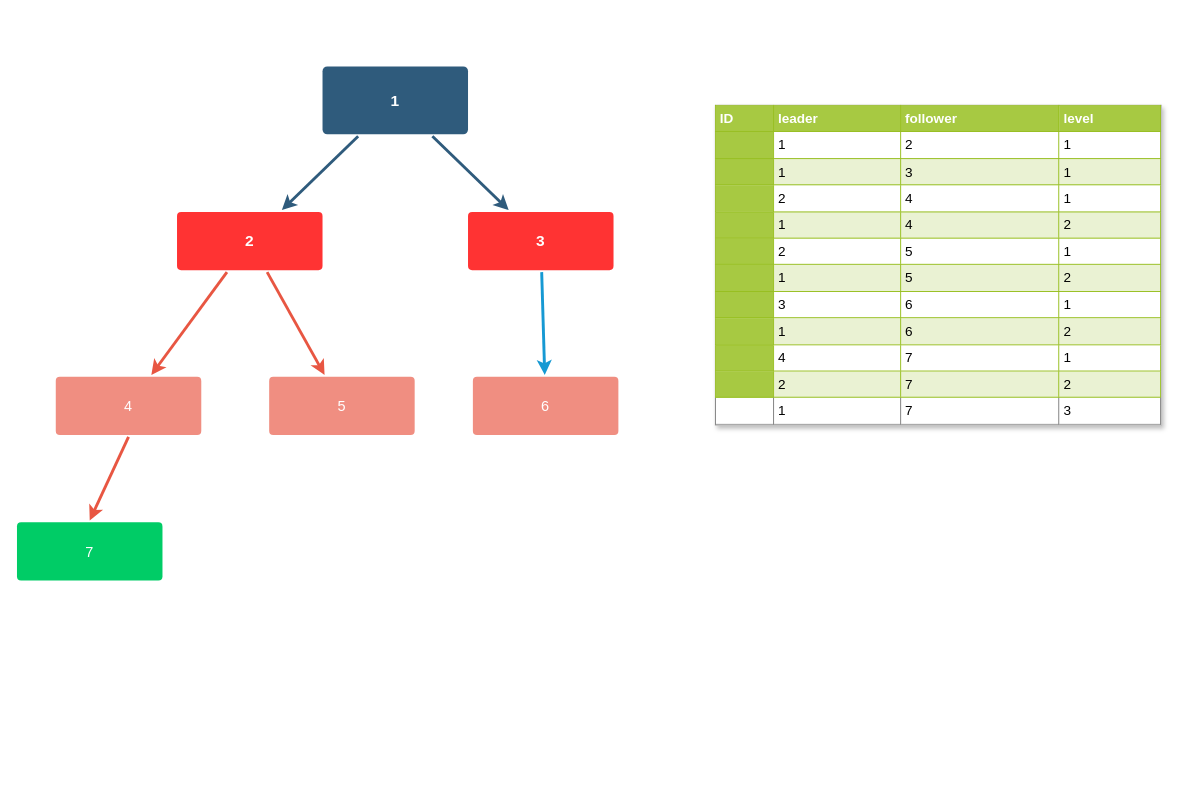
Before: 好友关系.drawio in uzengo/draw.io, a draw.io diagram. Source tidied: cells renumbered, new cells numbered last; positions are measured from the earlier drawing's top-left corner, leaving out a move shared by most shapes. Both pictures are drawn from the tidied source at 97%, with x=0, y=0 at pixel (16, 66).
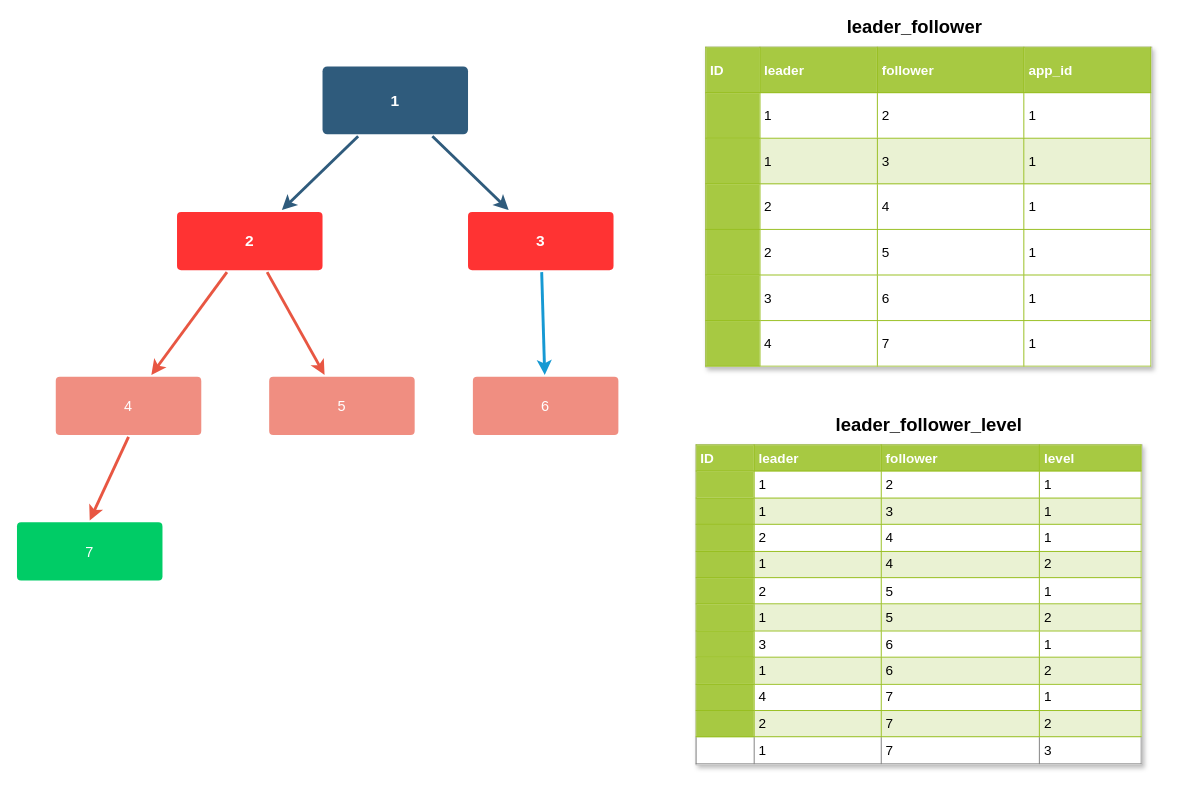
The same diagram, later.

Commit message:
更新 好友关系.drawio

What changed in the source:
```diff
@@
 <mxGraphModel>
   <root>
     <mxCell id="0" />
     <mxCell id="1" parent="0" />
     <mxCell id="2" style="edgeStyle=none;rounded=0;jumpStyle=none;html=1;shadow=0;labelBackgroundColor=none;startArrow=none;startFill=0;endArrow=classic;endFill=1;jettySize=auto;strokeColor=#2F5B7C;strokeWidth=3;fontFamily=Helvetica;fontSize=16;fontColor=#23445D;spacing=5;" parent="1" edge="1" source="4" target="11">
       <mxGeometry relative="1" as="geometry" />
     </mxCell>
     <mxCell id="3" style="edgeStyle=none;rounded=0;jumpStyle=none;html=1;shadow=0;labelBackgroundColor=none;startArrow=none;startFill=0;endArrow=classic;endFill=1;jettySize=auto;strokeColor=#2F5B7C;strokeWidth=3;fontFamily=Helvetica;fontSize=16;fontColor=#23445D;spacing=5;" parent="1" edge="1" source="4" target="7">
       <mxGeometry relative="1" as="geometry" />
     </mxCell>
     <mxCell id="4" value="1" style="rounded=1;whiteSpace=wrap;html=1;shadow=0;labelBackgroundColor=none;strokeColor=none;strokeWidth=3;fillColor=#2F5B7C;fontFamily=Helvetica;fontSize=16;fontColor=#FFFFFF;align=center;fontStyle=1;spacing=5;arcSize=7;perimeterSpacing=2;" parent="1" vertex="1">
       <mxGeometry x="315" width="150" height="70" as="geometry" />
     </mxCell>
     <mxCell id="5" style="edgeStyle=none;rounded=1;jumpStyle=none;html=1;shadow=0;labelBackgroundColor=none;startArrow=none;startFill=0;jettySize=auto;strokeColor=#E85642;strokeWidth=3;fontFamily=Helvetica;fontSize=14;fontColor=#FFFFFF;spacing=5;fontStyle=1;fillColor=#b0e3e6;" parent="1" edge="1" source="7" target="9">
       <mxGeometry relative="1" as="geometry" />
     </mxCell>
     <mxCell id="6" style="edgeStyle=none;rounded=1;jumpStyle=none;html=1;shadow=0;labelBackgroundColor=none;startArrow=none;startFill=0;jettySize=auto;strokeColor=#E85642;strokeWidth=3;fontFamily=Helvetica;fontSize=14;fontColor=#FFFFFF;spacing=5;fontStyle=1;fillColor=#b0e3e6;" parent="1" edge="1" source="7" target="8">
       <mxGeometry relative="1" as="geometry" />
     </mxCell>
     <mxCell id="7" value="&lt;span style=&quot;font-size: 16px&quot;&gt;2&lt;/span&gt;" style="rounded=1;whiteSpace=wrap;html=1;shadow=0;labelBackgroundColor=none;strokeColor=none;strokeWidth=3;fillColor=#FF3333;fontFamily=Helvetica;fontSize=14;fontColor=#FFFFFF;align=center;spacing=5;fontStyle=1;arcSize=7;perimeterSpacing=2;" parent="1" vertex="1">
       <mxGeometry x="165" y="150" width="150" height="60" as="geometry" />
     </mxCell>
     <mxCell id="8" value="&lt;span style=&quot;font-size: 15px&quot;&gt;5&lt;/span&gt;" style="rounded=1;whiteSpace=wrap;html=1;shadow=0;labelBackgroundColor=none;strokeColor=none;strokeWidth=3;fillColor=#f08e81;fontFamily=Helvetica;fontSize=14;fontColor=#FFFFFF;align=center;spacing=5;fontStyle=0;arcSize=7;perimeterSpacing=2;" parent="1" vertex="1">
       <mxGeometry x="260" y="320" width="150" height="60" as="geometry" />
     </mxCell>
     <mxCell id="9" value="&lt;span style=&quot;font-size: 15px&quot;&gt;4&lt;/span&gt;" style="rounded=1;whiteSpace=wrap;html=1;shadow=0;labelBackgroundColor=none;strokeColor=none;strokeWidth=3;fillColor=#f08e81;fontFamily=Helvetica;fontSize=14;fontColor=#FFFFFF;align=center;spacing=5;fontStyle=0;arcSize=7;perimeterSpacing=2;" parent="1" vertex="1">
       <mxGeometry x="40" y="320" width="150" height="60" as="geometry" />
     </mxCell>
     <mxCell id="10" style="edgeStyle=none;rounded=0;jumpStyle=none;html=1;shadow=0;labelBackgroundColor=none;startArrow=none;startFill=0;endArrow=classic;endFill=1;jettySize=auto;strokeColor=#1699D3;strokeWidth=3;fontFamily=Helvetica;fontSize=14;fontColor=#FFFFFF;spacing=5;" parent="1" edge="1" source="11" target="12">
       <mxGeometry relative="1" as="geometry" />
     </mxCell>
     <mxCell id="11" value="&lt;span style=&quot;font-size: 16px&quot;&gt;3&lt;/span&gt;" style="rounded=1;whiteSpace=wrap;html=1;shadow=0;labelBackgroundColor=none;strokeColor=none;strokeWidth=3;fillColor=#FF3333;fontFamily=Helvetica;fontSize=14;fontColor=#FFFFFF;align=center;spacing=5;fontStyle=1;arcSize=7;perimeterSpacing=2;" parent="1" vertex="1">
       <mxGeometry x="465" y="150" width="150" height="60" as="geometry" />
     </mxCell>
     <mxCell id="12" value="&lt;span style=&quot;font-size: 15px&quot;&gt;6&lt;/span&gt;" style="rounded=1;whiteSpace=wrap;html=1;shadow=0;labelBackgroundColor=none;strokeColor=none;strokeWidth=3;fillColor=#f08e81;fontFamily=Helvetica;fontSize=14;fontColor=#FFFFFF;align=center;spacing=5;arcSize=7;perimeterSpacing=2;fontStyle=0;" parent="1" vertex="1">
       <mxGeometry x="470" y="320" width="150" height="60" as="geometry" />
     </mxCell>
     <mxCell id="13" value="&lt;span style=&quot;font-size: 15px&quot;&gt;7&lt;/span&gt;" style="rounded=1;whiteSpace=wrap;html=1;shadow=0;labelBackgroundColor=none;strokeColor=none;strokeWidth=3;fillColor=#00CC66;fontFamily=Helvetica;fontSize=14;fontColor=#FFFFFF;align=center;spacing=5;fontStyle=0;arcSize=7;perimeterSpacing=2;" parent="1" vertex="1">
       <mxGeometry y="470" width="150" height="60" as="geometry" />
     </mxCell>
     <mxCell id="14" style="edgeStyle=none;rounded=1;jumpStyle=none;html=1;shadow=0;labelBackgroundColor=none;startArrow=none;startFill=0;jettySize=auto;strokeColor=#E85642;strokeWidth=3;fontFamily=Helvetica;fontSize=14;fontColor=#FFFFFF;spacing=5;fontStyle=1;fillColor=#b0e3e6;exitX=0.5;exitY=1;exitDx=0;exitDy=0;entryX=0.5;entryY=0;entryDx=0;entryDy=0;" parent="1" edge="1" source="9" target="13">
       <mxGeometry relative="1" as="geometry" />
     </mxCell>
     <mxCell id="15" value="&lt;table border=&quot;1&quot; width=&quot;100%&quot; cellpadding=&quot;4&quot; style=&quot;width: 100% ; height: 100% ; border-collapse: collapse&quot;&gt;&lt;tbody&gt;&lt;tr style=&quot;background-color: #a7c942 ; color: #ffffff ; border: 1px solid #98bf21&quot;&gt;&lt;th&gt;ID&lt;/th&gt;&lt;th&gt;leader&lt;/th&gt;&lt;th&gt;follower&lt;/th&gt;&lt;th&gt;level&lt;/th&gt;&lt;/tr&gt;&lt;tr style=&quot;border: 1px solid #98bf21&quot;&gt;&lt;td style=&quot;background-color: #a7c942 ; color: #ffffff ; border: 1px solid #98bf21&quot;&gt;&lt;br&gt;&lt;/td&gt;&lt;td&gt;1&lt;/td&gt;&lt;td&gt;2&lt;/td&gt;&lt;td&gt;1&lt;/td&gt;&lt;/tr&gt;&lt;tr style=&quot;background-color: #eaf2d3 ; border: 1px solid #98bf21&quot;&gt;&lt;td style=&quot;background-color: #a7c942 ; color: #ffffff ; border: 1px solid #98bf21&quot;&gt;&lt;br&gt;&lt;/td&gt;&lt;td&gt;1&lt;/td&gt;&lt;td&gt;3&lt;/td&gt;&lt;td&gt;1&lt;/td&gt;&lt;/tr&gt;&lt;tr style=&quot;border: 1px solid #98bf21&quot;&gt;&lt;td style=&quot;background-color: #a7c942 ; color: #ffffff ; border: 1px solid #98bf21&quot;&gt;&lt;br&gt;&lt;/td&gt;&lt;td&gt;2&lt;/td&gt;&lt;td&gt;4&lt;/td&gt;&lt;td&gt;1&lt;/td&gt;&lt;/tr&gt;&lt;tr style=&quot;background-color: #eaf2d3 ; border: 1px solid #98bf21&quot;&gt;&lt;td style=&quot;background-color: #a7c942 ; color: #ffffff ; border: 1px solid #98bf21&quot;&gt;&lt;br&gt;&lt;/td&gt;&lt;td&gt;1&lt;/td&gt;&lt;td&gt;4&lt;/td&gt;&lt;td&gt;2&lt;/td&gt;&lt;/tr&gt;&lt;tr style=&quot;border: 1px solid #98bf21&quot;&gt;&lt;td style=&quot;background-color: #a7c942 ; color: #ffffff ; border: 1px solid #98bf21&quot;&gt;&lt;/td&gt;&lt;td&gt;2&lt;/td&gt;&lt;td&gt;5&lt;/td&gt;&lt;td&gt;1&lt;/td&gt;&lt;/tr&gt;&lt;tr style=&quot;background-color: #eaf2d3 ; border: 1px solid #98bf21&quot;&gt;&lt;td style=&quot;background-color: #a7c942 ; color: #ffffff ; border: 1px solid #98bf21&quot;&gt;&lt;/td&gt;&lt;td&gt;1&lt;/td&gt;&lt;td&gt;5&lt;/td&gt;&lt;td&gt;2&lt;/td&gt;&lt;/tr&gt;&lt;tr style=&quot;border: 1px solid #98bf21&quot;&gt;&lt;td style=&quot;background-color: #a7c942 ; color: #ffffff ; border: 1px solid #98bf21&quot;&gt;&lt;/td&gt;&lt;td&gt;3&lt;/td&gt;&lt;td&gt;6&lt;/td&gt;&lt;td&gt;1&lt;/td&gt;&lt;/tr&gt;&lt;tr style=&quot;background-color: #eaf2d3 ; border: 1px solid #98bf21&quot;&gt;&lt;td style=&quot;background-color: #a7c942 ; color: #ffffff ; border: 1px solid #98bf21&quot;&gt;&lt;/td&gt;&lt;td&gt;1&lt;/td&gt;&lt;td&gt;6&lt;/td&gt;&lt;td&gt;2&lt;/td&gt;&lt;/tr&gt;&lt;tr style=&quot;border: 1px solid #98bf21&quot;&gt;&lt;td style=&quot;background-color: #a7c942 ; color: #ffffff ; border: 1px solid #98bf21&quot;&gt;&lt;/td&gt;&lt;td&gt;4&lt;/td&gt;&lt;td&gt;7&lt;/td&gt;&lt;td&gt;1&lt;/td&gt;&lt;/tr&gt;&lt;tr style=&quot;background-color: #eaf2d3 ; border: 1px solid #98bf21&quot;&gt;&lt;td style=&quot;background-color: #a7c942 ; color: #ffffff ; border: 1px solid #98bf21&quot;&gt;&lt;/td&gt;&lt;td&gt;2&lt;/td&gt;&lt;td&gt;7&lt;/td&gt;&lt;td&gt;2&lt;/td&gt;&lt;/tr&gt;&lt;tr&gt;&lt;td&gt;&lt;br&gt;&lt;/td&gt;&lt;td&gt;1&lt;/td&gt;&lt;td&gt;7&lt;/td&gt;&lt;td&gt;3&lt;/td&gt;&lt;/tr&gt;&lt;/tbody&gt;&lt;/table&gt;" style="text;html=1;strokeColor=#c0c0c0;fillColor=#ffffff;overflow=fill;rounded=0;shadow=1;fontSize=14;fontColor=#000000;" parent="1" vertex="1">
-      <mxGeometry x="720" y="40" width="460" height="330" as="geometry" />
+      <mxGeometry x="700" y="390" width="460" height="330" as="geometry" />
     </mxCell>
+    <mxCell id="16" value="&lt;table border=&quot;1&quot; width=&quot;100%&quot; cellpadding=&quot;4&quot; style=&quot;width: 100% ; height: 100% ; border-collapse: collapse&quot;&gt;&lt;tbody&gt;&lt;tr style=&quot;background-color: #a7c942 ; color: #ffffff ; border: 1px solid #98bf21&quot;&gt;&lt;th&gt;ID&lt;/th&gt;&lt;th&gt;leader&lt;/th&gt;&lt;th&gt;follower&lt;/th&gt;&lt;th&gt;app_id&lt;/th&gt;&lt;/tr&gt;&lt;tr style=&quot;border: 1px solid #98bf21&quot;&gt;&lt;td style=&quot;background-color: #a7c942 ; color: #ffffff ; border: 1px solid #98bf21&quot;&gt;&lt;br&gt;&lt;/td&gt;&lt;td&gt;1&lt;/td&gt;&lt;td&gt;2&lt;/td&gt;&lt;td&gt;1&lt;/td&gt;&lt;/tr&gt;&lt;tr style=&quot;background-color: #eaf2d3 ; border: 1px solid #98bf21&quot;&gt;&lt;td style=&quot;background-color: #a7c942 ; color: #ffffff ; border: 1px solid #98bf21&quot;&gt;&lt;br&gt;&lt;/td&gt;&lt;td&gt;1&lt;/td&gt;&lt;td&gt;3&lt;/td&gt;&lt;td&gt;1&lt;/td&gt;&lt;/tr&gt;&lt;tr style=&quot;border: 1px solid #98bf21&quot;&gt;&lt;td style=&quot;background-color: #a7c942 ; color: #ffffff ; border: 1px solid #98bf21&quot;&gt;&lt;br&gt;&lt;/td&gt;&lt;td&gt;2&lt;/td&gt;&lt;td&gt;4&lt;/td&gt;&lt;td&gt;1&lt;/td&gt;&lt;/tr&gt;&lt;tr style=&quot;border: 1px solid #98bf21&quot;&gt;&lt;td style=&quot;background-color: #a7c942 ; color: #ffffff ; border: 1px solid #98bf21&quot;&gt;&lt;/td&gt;&lt;td&gt;2&lt;/td&gt;&lt;td&gt;5&lt;/td&gt;&lt;td&gt;1&lt;/td&gt;&lt;/tr&gt;&lt;tr style=&quot;border: 1px solid #98bf21&quot;&gt;&lt;td style=&quot;background-color: #a7c942 ; color: #ffffff ; border: 1px solid #98bf21&quot;&gt;&lt;/td&gt;&lt;td&gt;3&lt;/td&gt;&lt;td&gt;6&lt;/td&gt;&lt;td&gt;1&lt;/td&gt;&lt;/tr&gt;&lt;tr style=&quot;border: 1px solid #98bf21&quot;&gt;&lt;td style=&quot;background-color: #a7c942 ; color: #ffffff ; border: 1px solid #98bf21&quot;&gt;&lt;/td&gt;&lt;td&gt;4&lt;/td&gt;&lt;td&gt;7&lt;/td&gt;&lt;td&gt;1&lt;/td&gt;&lt;/tr&gt;&lt;/tbody&gt;&lt;/table&gt;" style="text;html=1;strokeColor=#c0c0c0;fillColor=#ffffff;overflow=fill;rounded=0;shadow=1;fontSize=14;fontColor=#000000;" parent="1" vertex="1">
+      <mxGeometry x="710" y="-20" width="460" height="330" as="geometry" />
+    </mxCell>
+    <mxCell id="17" value="&lt;font style=&quot;font-size: 19px&quot;&gt;&lt;b&gt;leader_follower_level&lt;/b&gt;&lt;/font&gt;" style="text;html=1;align=center;verticalAlign=middle;fillColor=none;strokeColor=none;rounded=0;" parent="1" vertex="1">
+      <mxGeometry x="835" y="360" width="210" height="20" as="geometry" />
+    </mxCell>
+    <mxCell id="18" value="&lt;font style=&quot;font-size: 19px&quot;&gt;&lt;b&gt;leader_follower&lt;/b&gt;&lt;/font&gt;" style="text;html=1;align=center;verticalAlign=middle;fillColor=none;strokeColor=none;rounded=0;" parent="1" vertex="1">
+      <mxGeometry x="850" y="-50" width="150" height="20" as="geometry" />
+    </mxCell>
   </root>
 </mxGraphModel>
```
